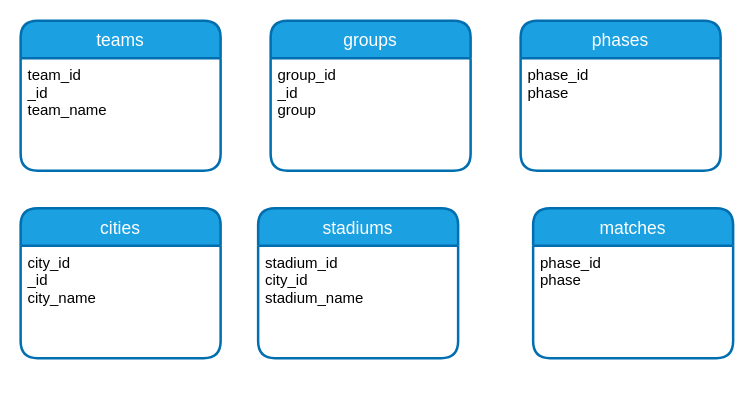
This is qatar2022.drawio from r3card0/WorldCup2022, a draw.io file, before an edit. Source tidied: cells renumbered, new cells numbered last; positions are measured from the earlier drawing's top-left corner, leaving out a move shared by most shapes. Both pictures are drawn from the tidied source at 125%, with x=0, y=0 at pixel (20, 20).
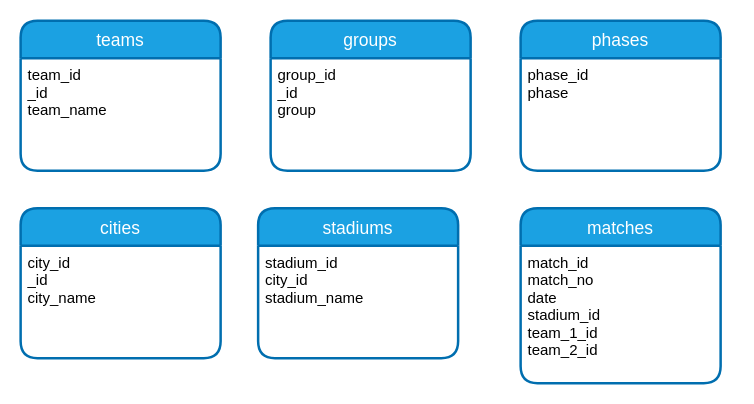
Above is the later version.

Change to the diagram source:
```diff
@@
 <mxGraphModel>
   <root>
     <mxCell id="0" />
     <mxCell id="1" parent="0" />
     <mxCell id="2" value="teams" style="swimlane;horizontal=1;startSize=30;rounded=1;fontSize=14;fontStyle=0;strokeWidth=2;shadow=0;dashed=0;align=center;fillColor=#1ba1e2;fontColor=#ffffff;strokeColor=#006EAF;" parent="1" vertex="1">
       <mxGeometry width="160" height="120" as="geometry" />
     </mxCell>
     <mxCell id="3" value="team_id&#10;_id&#10;team_name" style="align=left;strokeColor=none;fillColor=none;spacingLeft=4;fontSize=12;verticalAlign=top;" parent="2" vertex="1">
       <mxGeometry y="30" width="160" height="90" as="geometry" />
     </mxCell>
     <mxCell id="4" value="groups" style="swimlane;horizontal=1;startSize=30;rounded=1;fontSize=14;fontStyle=0;strokeWidth=2;shadow=0;dashed=0;align=center;fillColor=#1ba1e2;fontColor=#ffffff;strokeColor=#006EAF;" parent="1" vertex="1">
       <mxGeometry x="200" width="160" height="120" as="geometry" />
     </mxCell>
     <mxCell id="5" value="group_id&#10;_id&#10;group" style="align=left;strokeColor=none;fillColor=none;spacingLeft=4;fontSize=12;verticalAlign=top;" parent="4" vertex="1">
       <mxGeometry y="30" width="160" height="90" as="geometry" />
     </mxCell>
     <mxCell id="6" value="cities" style="swimlane;horizontal=1;startSize=30;rounded=1;fontSize=14;fontStyle=0;strokeWidth=2;shadow=0;dashed=0;align=center;fillColor=#1ba1e2;fontColor=#ffffff;strokeColor=#006EAF;" parent="1" vertex="1">
       <mxGeometry y="150" width="160" height="120" as="geometry" />
     </mxCell>
     <mxCell id="7" value="city_id&#10;_id&#10;city_name" style="align=left;strokeColor=none;fillColor=none;spacingLeft=4;fontSize=12;verticalAlign=top;" parent="6" vertex="1">
       <mxGeometry y="30" width="160" height="90" as="geometry" />
     </mxCell>
     <mxCell id="8" value="stadiums" style="swimlane;horizontal=1;startSize=30;rounded=1;fontSize=14;fontStyle=0;strokeWidth=2;shadow=0;dashed=0;align=center;fillColor=#1ba1e2;fontColor=#ffffff;strokeColor=#006EAF;" parent="1" vertex="1">
       <mxGeometry x="190" y="150" width="160" height="120" as="geometry" />
     </mxCell>
     <mxCell id="9" value="stadium_id&#10;city_id&#10;stadium_name" style="align=left;strokeColor=none;fillColor=none;spacingLeft=4;fontSize=12;verticalAlign=top;" parent="8" vertex="1">
       <mxGeometry y="30" width="160" height="90" as="geometry" />
     </mxCell>
     <mxCell id="10" value="phases" style="swimlane;horizontal=1;startSize=30;rounded=1;fontSize=14;fontStyle=0;strokeWidth=2;shadow=0;dashed=0;align=center;fillColor=#1ba1e2;fontColor=#ffffff;strokeColor=#006EAF;" parent="1" vertex="1">
       <mxGeometry x="400" width="160" height="120" as="geometry" />
     </mxCell>
     <mxCell id="11" value="phase_id&#10;phase" style="align=left;strokeColor=none;fillColor=none;spacingLeft=4;fontSize=12;verticalAlign=top;" parent="10" vertex="1">
       <mxGeometry y="30" width="160" height="90" as="geometry" />
     </mxCell>
     <mxCell id="12" value="matches" style="swimlane;horizontal=1;startSize=30;rounded=1;fontSize=14;fontStyle=0;strokeWidth=2;shadow=0;dashed=0;align=center;fillColor=#1ba1e2;fontColor=#ffffff;strokeColor=#006EAF;" parent="1" vertex="1">
-      <mxGeometry x="410" y="150" width="160" height="120" as="geometry" />
+      <mxGeometry x="400" y="150" width="160" height="140" as="geometry" />
     </mxCell>
-    <mxCell id="13" value="phase_id&#10;phase" style="align=left;strokeColor=none;fillColor=none;spacingLeft=4;fontSize=12;verticalAlign=top;" parent="12" vertex="1">
-      <mxGeometry y="30" width="160" height="90" as="geometry" />
+    <mxCell id="13" value="match_id&#10;match_no&#10;date&#10;stadium_id&#10;team_1_id&#10;team_2_id" style="align=left;strokeColor=none;fillColor=none;spacingLeft=4;fontSize=12;verticalAlign=top;" parent="12" vertex="1">
+      <mxGeometry y="30" width="160" height="110" as="geometry" />
     </mxCell>
   </root>
 </mxGraphModel>
```
